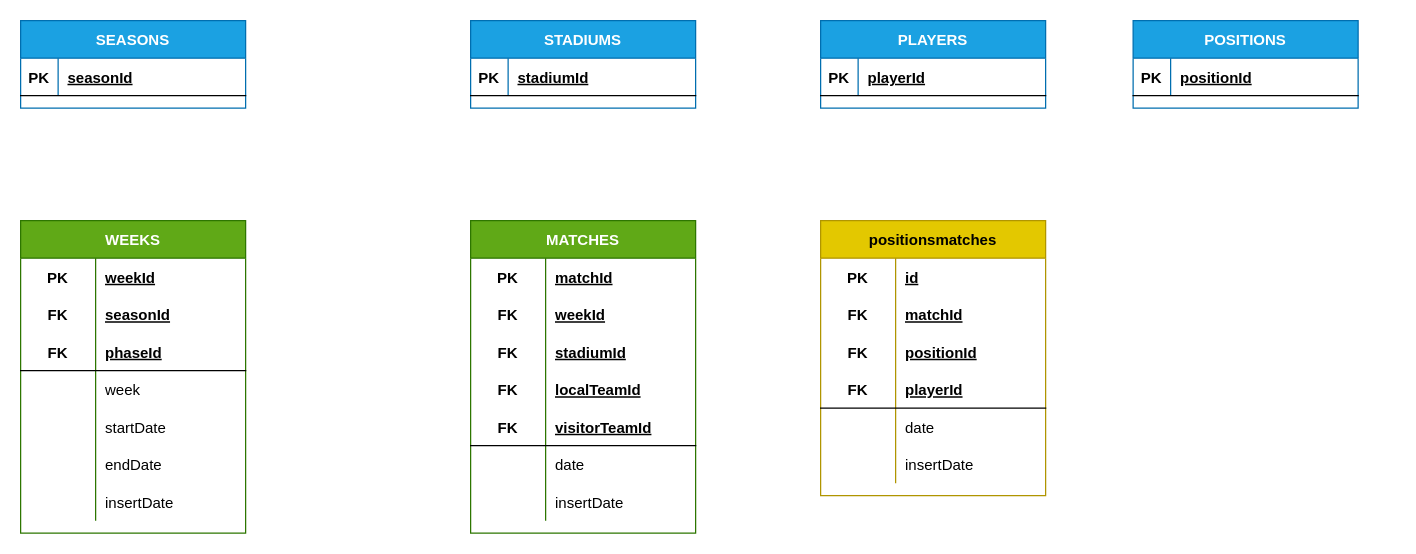
Above: page "conceptual" (1 of 3) of qatar2022.drawio in r3card0/WorldCup2022 (draw.io), before the change. Source tidied: cells renumbered, new cells numbered last; positions are measured from the earlier drawing's top-left corner, leaving out a move shared by most shapes. Both pictures are drawn from the tidied source at 125%, with x=0, y=0 at pixel (20, 20).
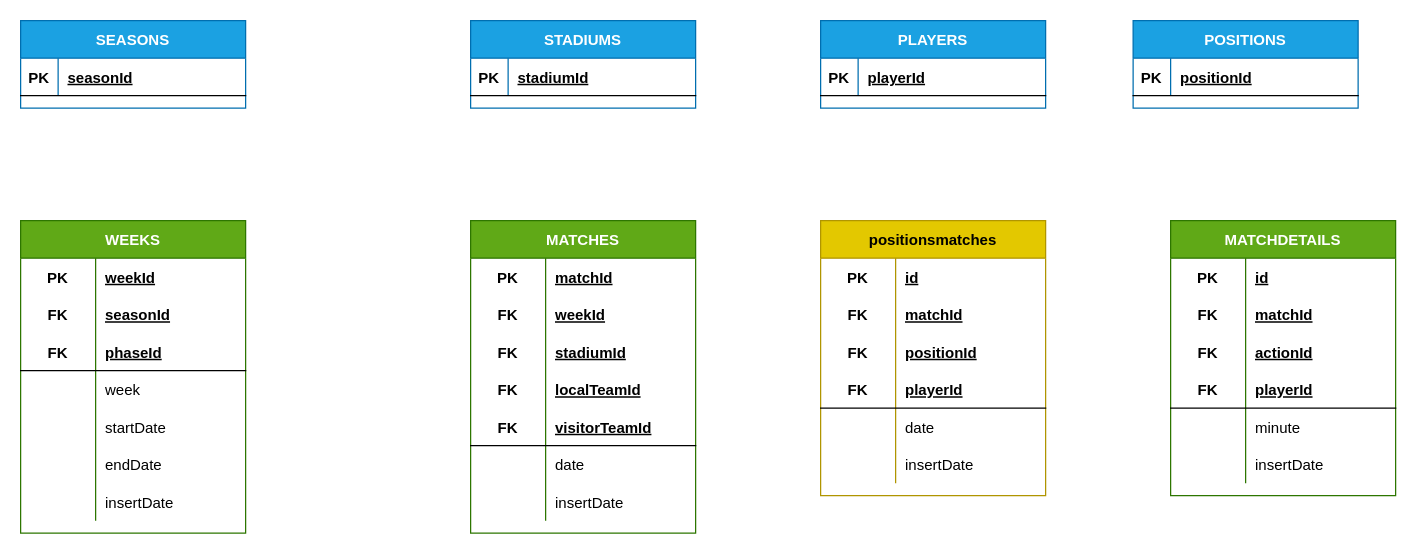
The same diagram, later.

Change to the diagram source:
```diff
@@
+    <mxCell id="81" value="MATCHDETAILS" style="shape=table;startSize=30;childLayout=tableLayout;rowLines=0;fontStyle=1;align=center;fillColor=#60a917;fontColor=#ffffff;strokeColor=#2D7600;" parent="1" vertex="1">
+      <mxGeometry x="920" y="160" width="180" height="220" as="geometry" />
+    </mxCell>
+    <mxCell id="82" style="shape=partialRectangle;fillColor=none;top=0;left=0;bottom=0;right=0;" parent="81" vertex="1">
+      <mxGeometry y="30" width="180" height="30" as="geometry" />
+    </mxCell>
+    <mxCell id="83" value="PK" style="shape=partialRectangle;fillColor=none;top=0;left=0;bottom=0;right=0;fontStyle=1;overflow=hidden;" parent="82" vertex="1">
+      <mxGeometry width="60" height="30" as="geometry" />
+    </mxCell>
+    <mxCell id="84" value="id" style="shape=partialRectangle;fillColor=none;top=0;left=0;bottom=0;right=0;align=left;spacingLeft=6;fontStyle=5;overflow=hidden;" parent="82" vertex="1">
+      <mxGeometry x="60" width="120" height="30" as="geometry" />
+    </mxCell>
+    <mxCell id="85" style="shape=partialRectangle;fillColor=none;top=0;left=0;bottom=0;right=0;" parent="81" vertex="1">
+      <mxGeometry y="60" width="180" height="30" as="geometry" />
+    </mxCell>
+    <mxCell id="86" value="FK" style="shape=partialRectangle;fillColor=none;top=0;left=0;bottom=0;right=0;fontStyle=1;overflow=hidden;" parent="85" vertex="1">
+      <mxGeometry width="60" height="30" as="geometry" />
+    </mxCell>
+    <mxCell id="87" value="matchId" style="shape=partialRectangle;fillColor=none;top=0;left=0;bottom=0;right=0;align=left;spacingLeft=6;fontStyle=5;overflow=hidden;" parent="85" vertex="1">
+      <mxGeometry x="60" width="120" height="30" as="geometry" />
+    </mxCell>
+    <mxCell id="88" style="shape=partialRectangle;fillColor=none;top=0;left=0;bottom=0;right=0;" parent="81" vertex="1">
+      <mxGeometry y="90" width="180" height="30" as="geometry" />
+    </mxCell>
+    <mxCell id="89" value="FK" style="shape=partialRectangle;fillColor=none;top=0;left=0;bottom=0;right=0;fontStyle=1;overflow=hidden;" parent="88" vertex="1">
+      <mxGeometry width="60" height="30" as="geometry" />
+    </mxCell>
+    <mxCell id="90" value="actionId" style="shape=partialRectangle;fillColor=none;top=0;left=0;bottom=0;right=0;align=left;spacingLeft=6;fontStyle=5;overflow=hidden;" parent="88" vertex="1">
+      <mxGeometry x="60" width="120" height="30" as="geometry" />
+    </mxCell>
+    <mxCell id="91" style="shape=partialRectangle;fillColor=none;top=0;left=0;bottom=1;right=0;" parent="81" vertex="1">
+      <mxGeometry y="120" width="180" height="30" as="geometry" />
+    </mxCell>
+    <mxCell id="92" value="FK" style="shape=partialRectangle;fillColor=none;top=0;left=0;bottom=0;right=0;fontStyle=1;overflow=hidden;" parent="91" vertex="1">
+      <mxGeometry width="60" height="30" as="geometry" />
+    </mxCell>
+    <mxCell id="93" value="playerId" style="shape=partialRectangle;fillColor=none;top=0;left=0;bottom=0;right=0;align=left;spacingLeft=6;fontStyle=5;overflow=hidden;" parent="91" vertex="1">
+      <mxGeometry x="60" width="120" height="30" as="geometry" />
+    </mxCell>
+    <mxCell id="94" style="shape=partialRectangle;fillColor=none;top=0;left=0;bottom=0;right=0;" parent="81" vertex="1">
+      <mxGeometry y="150" width="180" height="30" as="geometry" />
+    </mxCell>
+    <mxCell id="95" style="shape=partialRectangle;fillColor=none;top=0;left=0;bottom=0;right=0;overflow=hidden;" parent="94" vertex="1">
+      <mxGeometry width="60" height="30" as="geometry" />
+    </mxCell>
+    <mxCell id="96" value="minute" style="shape=partialRectangle;fillColor=none;top=0;left=0;bottom=0;right=0;align=left;spacingLeft=6;overflow=hidden;" parent="94" vertex="1">
+      <mxGeometry x="60" width="120" height="30" as="geometry" />
+    </mxCell>
+    <mxCell id="97" style="shape=partialRectangle;fillColor=none;top=0;left=0;bottom=0;right=0;" parent="81" vertex="1">
+      <mxGeometry y="180" width="180" height="30" as="geometry" />
+    </mxCell>
+    <mxCell id="98" style="shape=partialRectangle;fillColor=none;top=0;left=0;bottom=0;right=0;overflow=hidden;" parent="97" vertex="1">
+      <mxGeometry width="60" height="30" as="geometry" />
+    </mxCell>
+    <mxCell id="99" value="insertDate" style="shape=partialRectangle;fillColor=none;top=0;left=0;bottom=0;right=0;align=left;spacingLeft=6;overflow=hidden;" parent="97" vertex="1">
+      <mxGeometry x="60" width="120" height="30" as="geometry" />
+    </mxCell>
```
